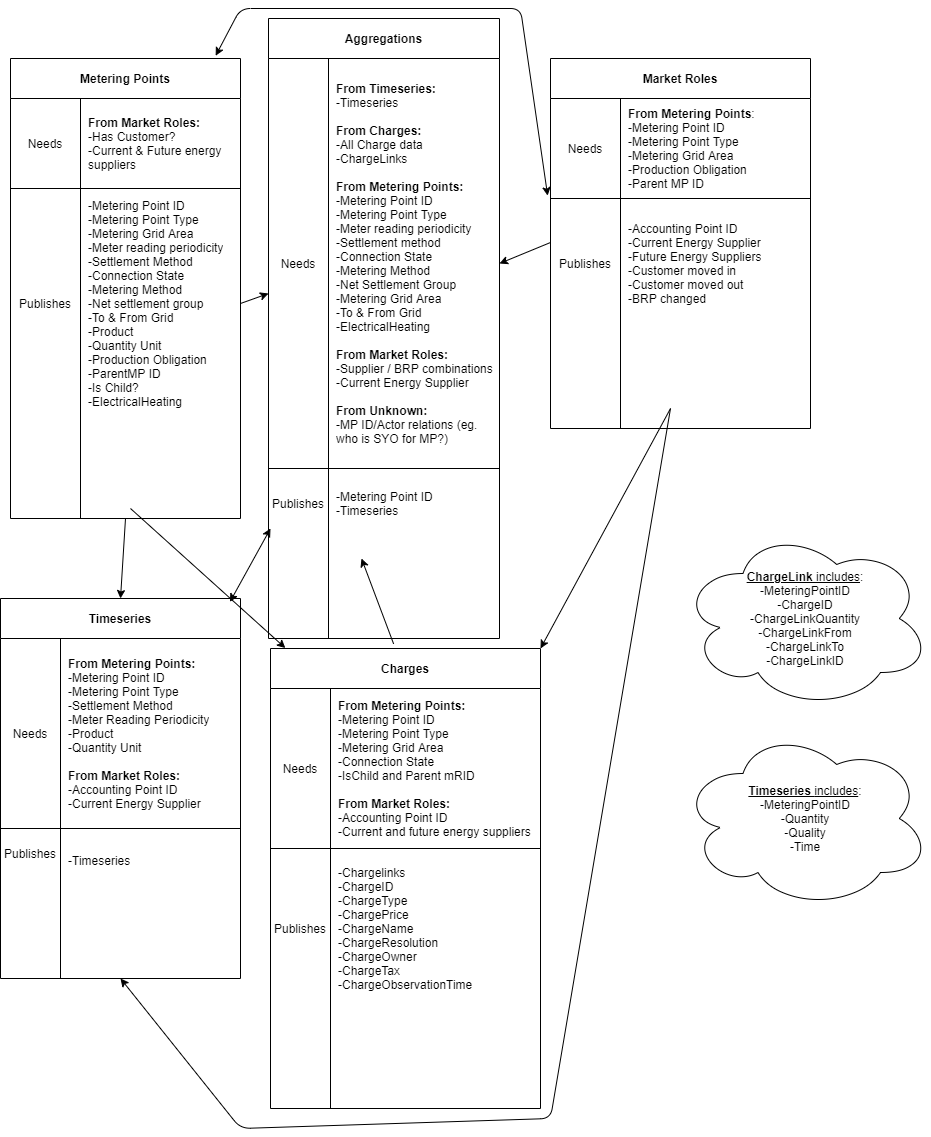
This is images/DataflowsDH3.png from Energinet-DataHub/green-energy-hub, a draw.io export, as it was before one commit. Source tidied: cells renumbered, new cells last; positions are measured from the earlier drawing's top-left corner, leaving out a move shared by most shapes. Source of this version:
```xml
<mxGraphModel>
  <root>
    <mxCell id="0" />
    <mxCell id="1" parent="0" />
    <mxCell id="2" value="Metering Points" style="shape=table;html=1;whiteSpace=wrap;startSize=40;rowLines=0;fontStyle=1;align=center;" parent="1" vertex="1">
      <mxGeometry x="10" y="50" width="230" height="460" as="geometry" />
    </mxCell>
    <mxCell id="3" style="shape=partialRectangle;html=1;whiteSpace=wrap;fillColor=none;top=0;left=0;bottom=1;right=0;" parent="2" vertex="1">
      <mxGeometry y="40" width="230" height="90" as="geometry" />
    </mxCell>
    <mxCell id="4" value="Needs" style="shape=partialRectangle;html=1;whiteSpace=wrap;fillColor=none;top=0;left=0;bottom=0;right=0;overflow=hidden;" parent="3" vertex="1">
      <mxGeometry width="70" height="90" as="geometry" />
    </mxCell>
    <mxCell id="5" value="&lt;b&gt;From Market Roles:&lt;/b&gt;&lt;br&gt;-Has Customer?&lt;br&gt;-Current &amp;amp; Future energy suppliers" style="shape=partialRectangle;html=1;whiteSpace=wrap;fillColor=none;top=0;left=0;bottom=0;right=0;align=left;spacingLeft=6;overflow=hidden;" parent="3" vertex="1">
      <mxGeometry x="70" width="160" height="90" as="geometry" />
    </mxCell>
    <mxCell id="6" style="shape=partialRectangle;html=1;whiteSpace=wrap;fillColor=none;top=0;left=0;bottom=0;right=0;points=[[0,0.5],[1,0.5]];portConstraint=eastwest;" parent="2" vertex="1">
      <mxGeometry y="130" width="230" height="230" as="geometry" />
    </mxCell>
    <mxCell id="7" value="Publishes" style="shape=partialRectangle;html=1;whiteSpace=wrap;fillColor=none;top=0;left=0;bottom=0;right=0;overflow=hidden;" parent="6" vertex="1">
      <mxGeometry width="70" height="230" as="geometry" />
    </mxCell>
    <mxCell id="8" value="-Metering Point ID&lt;br&gt;-Metering Point Type&lt;br&gt;-Metering Grid Area&lt;br&gt;-Meter reading periodicity&lt;br&gt;-Settlement Method&lt;br&gt;-Connection State&lt;br&gt;-Metering Method&lt;br&gt;-Net settlement group&lt;br&gt;-To &amp;amp; From Grid&lt;br&gt;-Product&lt;br&gt;-Quantity Unit&lt;br&gt;-Production Obligation&lt;br&gt;-ParentMP ID&lt;br&gt;-Is Child?&lt;br&gt;-ElectricalHeating" style="shape=partialRectangle;html=1;whiteSpace=wrap;fillColor=none;top=0;left=0;bottom=0;right=0;align=left;spacingLeft=6;overflow=hidden;" parent="6" vertex="1">
      <mxGeometry x="70" width="160" height="230" as="geometry" />
    </mxCell>
    <mxCell id="9" value="Aggregations" style="shape=table;html=1;whiteSpace=wrap;startSize=40;rowLines=0;fontStyle=1;align=center;" parent="1" vertex="1">
      <mxGeometry x="268" y="10" width="231" height="620" as="geometry" />
    </mxCell>
    <mxCell id="10" style="shape=partialRectangle;html=1;whiteSpace=wrap;fillColor=none;top=0;left=0;bottom=1;right=0;points=[[0,0.5],[1,0.5]];portConstraint=eastwest;" parent="9" vertex="1">
      <mxGeometry y="40" width="231" height="410" as="geometry" />
    </mxCell>
    <mxCell id="11" value="Needs" style="shape=partialRectangle;html=1;whiteSpace=wrap;fillColor=none;top=0;left=0;bottom=0;right=0;overflow=hidden;" parent="10" vertex="1">
      <mxGeometry width="60" height="410" as="geometry" />
    </mxCell>
    <mxCell id="12" value="&lt;b&gt;From Timeseries:&lt;/b&gt;&lt;br&gt;-Timeseries&lt;br&gt;&lt;br&gt;&lt;b&gt;From Charges:&lt;/b&gt;&lt;br&gt;-All Charge data&lt;br&gt;-ChargeLinks&lt;br&gt;&lt;br&gt;&lt;b&gt;From Metering Points:&lt;/b&gt;&lt;br&gt;-Metering Point ID&lt;br&gt;-Metering Point Type&lt;br&gt;-Meter reading periodicity&lt;br&gt;-Settlement method&lt;br&gt;-Connection State&lt;br&gt;-Metering Method&lt;br&gt;-Net Settlement Group&lt;br&gt;-Metering Grid Area&lt;br&gt;-To &amp;amp; From Grid&lt;br&gt;-ElectricalHeating&lt;br&gt;&lt;br&gt;&lt;b&gt;From Market Roles:&lt;/b&gt;&lt;br&gt;-Supplier / BRP combinations&lt;br&gt;-Current Energy Supplier&lt;br&gt;&lt;br&gt;&lt;b&gt;From Unknown:&lt;br&gt;&lt;/b&gt;-MP ID/Actor relations (eg. who is SYO for MP?)" style="shape=partialRectangle;html=1;whiteSpace=wrap;fillColor=none;top=0;left=0;bottom=0;right=0;align=left;spacingLeft=6;overflow=hidden;" parent="10" vertex="1">
      <mxGeometry x="60" width="171" height="410" as="geometry" />
    </mxCell>
    <mxCell id="13" style="shape=partialRectangle;html=1;whiteSpace=wrap;fillColor=none;top=0;left=0;bottom=0;right=0;" parent="9" vertex="1">
      <mxGeometry y="450" width="231" height="70" as="geometry" />
    </mxCell>
    <mxCell id="14" value="Publishes" style="shape=partialRectangle;html=1;whiteSpace=wrap;fillColor=none;top=0;left=0;bottom=0;right=0;overflow=hidden;" parent="13" vertex="1">
      <mxGeometry width="60" height="70" as="geometry" />
    </mxCell>
    <mxCell id="15" value="-Metering Point ID&lt;br&gt;-Timeseries" style="shape=partialRectangle;html=1;whiteSpace=wrap;fillColor=none;top=0;left=0;bottom=0;right=0;align=left;spacingLeft=6;overflow=hidden;" parent="13" vertex="1">
      <mxGeometry x="60" width="171" height="70" as="geometry" />
    </mxCell>
    <mxCell id="16" value="Market Roles" style="shape=table;html=1;whiteSpace=wrap;startSize=40;rowLines=0;fontStyle=1;align=center;" parent="1" vertex="1">
      <mxGeometry x="550" y="50" width="260" height="370" as="geometry" />
    </mxCell>
    <mxCell id="17" style="shape=partialRectangle;html=1;whiteSpace=wrap;fillColor=none;top=0;left=0;bottom=1;right=0;" parent="16" vertex="1">
      <mxGeometry y="40" width="260" height="100" as="geometry" />
    </mxCell>
    <mxCell id="18" value="Needs" style="shape=partialRectangle;html=1;whiteSpace=wrap;fillColor=none;top=0;left=0;bottom=0;right=0;overflow=hidden;" parent="17" vertex="1">
      <mxGeometry width="70" height="100" as="geometry" />
    </mxCell>
    <mxCell id="19" value="&lt;b&gt;From Metering Points&lt;/b&gt;:&lt;br&gt;-Metering Point ID&lt;br&gt;-Metering Point Type&lt;br&gt;-Metering Grid Area&lt;br&gt;-Production Obligation&lt;br&gt;-Parent MP ID" style="shape=partialRectangle;html=1;whiteSpace=wrap;fillColor=none;top=0;left=0;bottom=0;right=0;align=left;spacingLeft=6;overflow=hidden;" parent="17" vertex="1">
      <mxGeometry x="70" width="190" height="100" as="geometry" />
    </mxCell>
    <mxCell id="20" style="shape=partialRectangle;html=1;whiteSpace=wrap;fillColor=none;top=0;left=0;bottom=0;right=0;points=[[0,0.5],[1,0.5]];portConstraint=eastwest;" parent="16" vertex="1">
      <mxGeometry y="140" width="260" height="130" as="geometry" />
    </mxCell>
    <mxCell id="21" value="Publishes" style="shape=partialRectangle;html=1;whiteSpace=wrap;fillColor=none;top=0;left=0;bottom=0;right=0;overflow=hidden;" parent="20" vertex="1">
      <mxGeometry width="70" height="130" as="geometry" />
    </mxCell>
    <mxCell id="22" value="-Accounting Point ID&lt;br&gt;-Current Energy Supplier&lt;br&gt;-Future Energy Suppliers&lt;br&gt;-Customer moved in&lt;br&gt;-Customer moved out&lt;br&gt;-BRP changed" style="shape=partialRectangle;html=1;whiteSpace=wrap;fillColor=none;top=0;left=0;bottom=0;right=0;align=left;spacingLeft=6;overflow=hidden;" parent="20" vertex="1">
      <mxGeometry x="70" width="190" height="130" as="geometry" />
    </mxCell>
    <mxCell id="23" value="Timeseries" style="shape=table;html=1;whiteSpace=wrap;startSize=40;rowLines=0;fontStyle=1;align=center;" parent="1" vertex="1">
      <mxGeometry y="590" width="240" height="380" as="geometry" />
    </mxCell>
    <mxCell id="24" style="shape=partialRectangle;html=1;whiteSpace=wrap;fillColor=none;top=0;left=0;bottom=1;right=0;" parent="23" vertex="1">
      <mxGeometry y="40" width="240" height="190" as="geometry" />
    </mxCell>
    <mxCell id="25" value="Needs" style="shape=partialRectangle;html=1;whiteSpace=wrap;fillColor=none;top=0;left=0;bottom=0;right=0;overflow=hidden;" parent="24" vertex="1">
      <mxGeometry width="60" height="190" as="geometry" />
    </mxCell>
    <mxCell id="26" value="&lt;b&gt;From Metering Points:&lt;/b&gt;&lt;br&gt;-Metering Point ID&lt;br&gt;-Metering Point Type&lt;br&gt;-Settlement Method&lt;br&gt;-Meter Reading Periodicity&lt;br&gt;-Product&lt;br&gt;-Quantity Unit&lt;br&gt;&lt;br&gt;&lt;b&gt;From Market Roles:&lt;br&gt;&lt;/b&gt;-Accounting Point ID&lt;br&gt;-Current Energy Supplier" style="shape=partialRectangle;html=1;whiteSpace=wrap;fillColor=none;top=0;left=0;bottom=0;right=0;align=left;spacingLeft=6;overflow=hidden;" parent="24" vertex="1">
      <mxGeometry x="60" width="180" height="190" as="geometry" />
    </mxCell>
    <mxCell id="27" style="shape=partialRectangle;html=1;whiteSpace=wrap;fillColor=none;top=0;left=0;bottom=0;right=0;" parent="23" vertex="1">
      <mxGeometry y="230" width="240" height="50" as="geometry" />
    </mxCell>
    <mxCell id="28" value="Publishes" style="shape=partialRectangle;html=1;whiteSpace=wrap;fillColor=none;top=0;left=0;bottom=0;right=0;overflow=hidden;" parent="27" vertex="1">
      <mxGeometry width="60" height="50" as="geometry" />
    </mxCell>
    <mxCell id="29" value="&lt;br&gt;-Timeseries" style="shape=partialRectangle;html=1;whiteSpace=wrap;fillColor=none;top=0;left=0;bottom=0;right=0;align=left;spacingLeft=6;overflow=hidden;" parent="27" vertex="1">
      <mxGeometry x="60" width="180" height="50" as="geometry" />
    </mxCell>
    <mxCell id="30" value="Charges" style="shape=table;html=1;whiteSpace=wrap;startSize=40;rowLines=0;fontStyle=1;align=center;" parent="1" vertex="1">
      <mxGeometry x="270" y="640" width="270" height="460" as="geometry" />
    </mxCell>
    <mxCell id="31" style="shape=partialRectangle;html=1;whiteSpace=wrap;fillColor=none;top=0;left=0;bottom=1;right=0;" parent="30" vertex="1">
      <mxGeometry y="40" width="270" height="160" as="geometry" />
    </mxCell>
    <mxCell id="32" value="Needs" style="shape=partialRectangle;html=1;whiteSpace=wrap;fillColor=none;top=0;left=0;bottom=0;right=0;overflow=hidden;" parent="31" vertex="1">
      <mxGeometry width="60" height="160" as="geometry" />
    </mxCell>
    <mxCell id="33" value="&lt;b&gt;From Metering Points:&lt;/b&gt;&lt;br&gt;-Metering Point ID&lt;br&gt;-Metering Point Type&lt;br&gt;-Metering Grid Area&lt;br&gt;-Connection State&lt;br&gt;-IsChild and Parent mRID&lt;br&gt;&lt;b&gt;&lt;br&gt;From Market Roles:&lt;/b&gt;&lt;br&gt;-Accounting Point ID&lt;br&gt;-Current and future energy suppliers" style="shape=partialRectangle;html=1;whiteSpace=wrap;fillColor=none;top=0;left=0;bottom=0;right=0;align=left;spacingLeft=6;overflow=hidden;" parent="31" vertex="1">
      <mxGeometry x="60" width="210" height="160" as="geometry" />
    </mxCell>
    <mxCell id="34" style="shape=partialRectangle;html=1;whiteSpace=wrap;fillColor=none;top=0;left=0;bottom=0;right=0;" parent="30" vertex="1">
      <mxGeometry y="200" width="270" height="160" as="geometry" />
    </mxCell>
    <mxCell id="35" value="Publishes" style="shape=partialRectangle;html=1;whiteSpace=wrap;fillColor=none;top=0;left=0;bottom=0;right=0;overflow=hidden;" parent="34" vertex="1">
      <mxGeometry width="60" height="160" as="geometry" />
    </mxCell>
    <mxCell id="36" value="-Chargelinks&lt;br&gt;-ChargeID&lt;br&gt;-ChargeType&lt;br&gt;-ChargePrice&lt;br&gt;-ChargeName&lt;br&gt;-ChargeResolution&lt;br&gt;-ChargeOwner&lt;br&gt;-ChargeTax&lt;br&gt;-ChargeObservationTime" style="shape=partialRectangle;html=1;whiteSpace=wrap;fillColor=none;top=0;left=0;bottom=0;right=0;align=left;spacingLeft=6;overflow=hidden;" parent="34" vertex="1">
      <mxGeometry x="60" width="210" height="160" as="geometry" />
    </mxCell>
    <mxCell id="37" style="endArrow=classic;html=1;exitX=1;exitY=0.5;exitDx=0;exitDy=0;" parent="1" edge="1" source="6">
      <mxGeometry relative="1" as="geometry">
        <mxPoint x="268" y="285" as="targetPoint" />
      </mxGeometry>
    </mxCell>
    <mxCell id="38" style="endArrow=classic;startArrow=classic;html=1;exitX=0.956;exitY=0.009;exitDx=0;exitDy=0;exitPerimeter=0;" parent="1" edge="1" source="23">
      <mxGeometry relative="1" as="geometry">
        <mxPoint x="270" y="520" as="targetPoint" />
      </mxGeometry>
    </mxCell>
    <mxCell id="39" style="endArrow=classic;html=1;exitX=0.456;exitY=-0.01;exitDx=0;exitDy=0;exitPerimeter=0;" parent="1" edge="1" source="30">
      <mxGeometry relative="1" as="geometry">
        <mxPoint x="361" y="550" as="targetPoint" />
      </mxGeometry>
    </mxCell>
    <mxCell id="40" style="endArrow=classic;html=1;entryX=1;entryY=0.5;entryDx=0;entryDy=0;" parent="1" edge="1" target="10">
      <mxGeometry relative="1" as="geometry">
        <mxPoint x="550" y="234" as="sourcePoint" />
      </mxGeometry>
    </mxCell>
    <mxCell id="41" style="endArrow=classic;startArrow=classic;html=1;exitX=0.892;exitY=-0.006;exitDx=0;exitDy=0;exitPerimeter=0;entryX=-0.011;entryY=-0.022;entryDx=0;entryDy=0;entryPerimeter=0;" parent="1" edge="1" source="2" target="20">
      <mxGeometry relative="1" as="geometry">
        <Array as="points">
          <mxPoint x="240" />
          <mxPoint x="520" />
        </Array>
      </mxGeometry>
    </mxCell>
    <mxCell id="42" style="endArrow=classic;html=1;exitX=0.5;exitY=1;exitDx=0;exitDy=0;entryX=0.5;entryY=0;entryDx=0;entryDy=0;" parent="1" edge="1" source="2" target="23">
      <mxGeometry relative="1" as="geometry" />
    </mxCell>
    <mxCell id="43" style="endArrow=classic;html=1;entryX=0.055;entryY=-0.001;entryDx=0;entryDy=0;entryPerimeter=0;" parent="1" edge="1" target="30">
      <mxGeometry relative="1" as="geometry">
        <mxPoint x="130" y="500" as="sourcePoint" />
      </mxGeometry>
    </mxCell>
    <mxCell id="44" style="endArrow=classic;html=1;entryX=1;entryY=0;entryDx=0;entryDy=0;" parent="1" edge="1" target="30">
      <mxGeometry relative="1" as="geometry">
        <mxPoint x="670" y="400" as="sourcePoint" />
      </mxGeometry>
    </mxCell>
    <mxCell id="45" style="endArrow=classic;html=1;entryX=0.5;entryY=1;entryDx=0;entryDy=0;" parent="1" edge="1" target="23">
      <mxGeometry relative="1" as="geometry">
        <mxPoint x="670" y="400" as="sourcePoint" />
        <Array as="points">
          <mxPoint x="550" y="1110" />
          <mxPoint x="240" y="1120" />
        </Array>
      </mxGeometry>
    </mxCell>
    <mxCell id="46" value="&lt;u&gt;&lt;b&gt;ChargeLink &lt;/b&gt;includes&lt;/u&gt;:&lt;br&gt;-MeteringPointID&lt;br&gt;-ChargeID&lt;br&gt;-ChargeLinkQuantity&lt;br&gt;-ChargeLinkFrom&lt;br&gt;-ChargeLinkTo&lt;br&gt;-ChargeLinkID" style="ellipse;shape=cloud;whiteSpace=wrap;html=1;" parent="1" vertex="1">
      <mxGeometry x="680" y="520" width="250" height="180" as="geometry" />
    </mxCell>
    <mxCell id="47" value="&lt;u&gt;&lt;b&gt;Timeseries &lt;/b&gt;includes&lt;/u&gt;:&lt;br&gt;-MeteringPointID&lt;br&gt;-Quantity&lt;br&gt;-Quality&lt;br&gt;-Time" style="ellipse;shape=cloud;whiteSpace=wrap;html=1;" parent="1" vertex="1">
      <mxGeometry x="680" y="720" width="250" height="180" as="geometry" />
    </mxCell>
  </root>
</mxGraphModel>
```
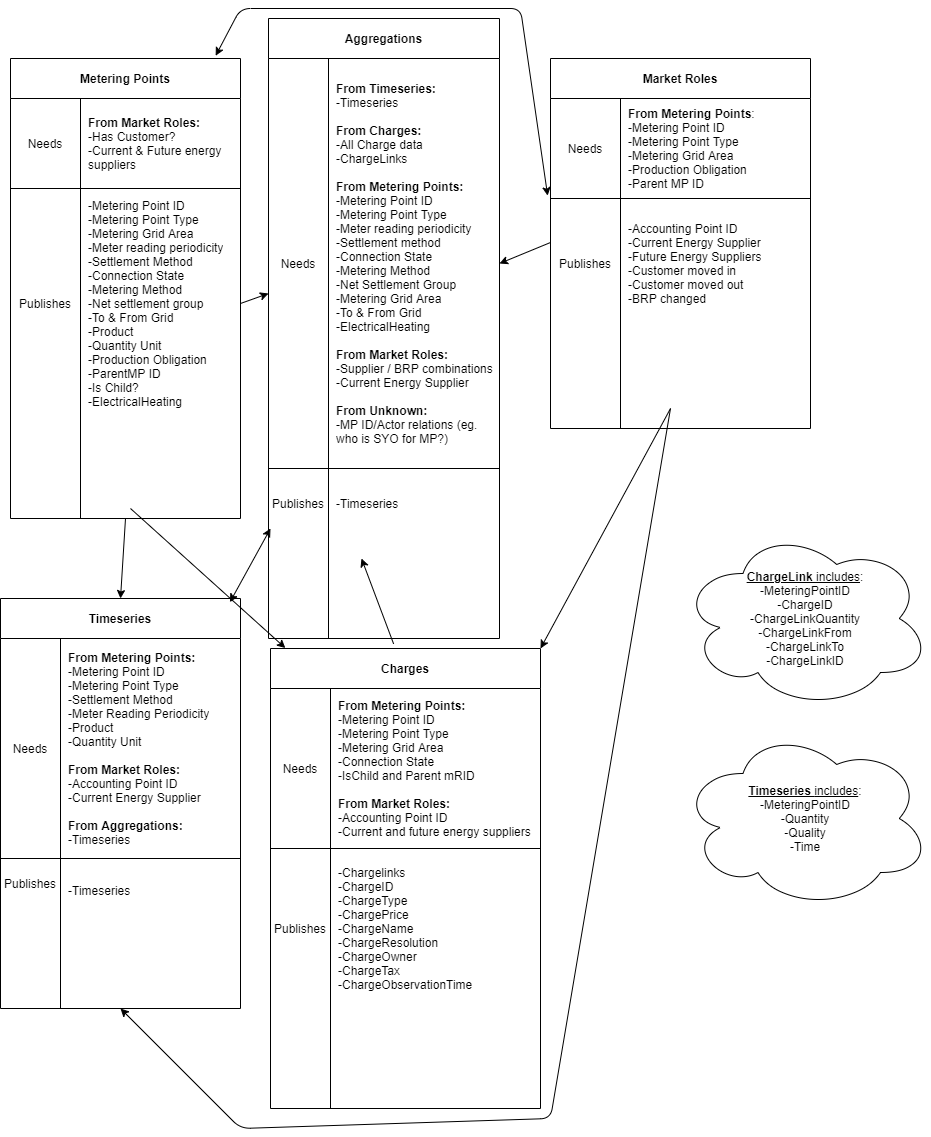
After the change.

The edit, as a diff of the source:
```diff
@@ -41,7 +41,7 @@
     <mxCell id="14" value="Publishes" style="shape=partialRectangle;html=1;whiteSpace=wrap;fillColor=none;top=0;left=0;bottom=0;right=0;overflow=hidden;" parent="13" vertex="1">
       <mxGeometry width="60" height="70" as="geometry" />
     </mxCell>
-    <mxCell id="15" value="-Metering Point ID&lt;br&gt;-Timeseries" style="shape=partialRectangle;html=1;whiteSpace=wrap;fillColor=none;top=0;left=0;bottom=0;right=0;align=left;spacingLeft=6;overflow=hidden;" parent="13" vertex="1">
+    <mxCell id="15" value="-Timeseries" style="shape=partialRectangle;html=1;whiteSpace=wrap;fillColor=none;top=0;left=0;bottom=0;right=0;align=left;spacingLeft=6;overflow=hidden;" parent="13" vertex="1">
       <mxGeometry x="60" width="171" height="70" as="geometry" />
     </mxCell>
     <mxCell id="16" value="Market Roles" style="shape=table;html=1;whiteSpace=wrap;startSize=40;rowLines=0;fontStyle=1;align=center;" parent="1" vertex="1">
@@ -66,19 +66,19 @@
       <mxGeometry x="70" width="190" height="130" as="geometry" />
     </mxCell>
     <mxCell id="23" value="Timeseries" style="shape=table;html=1;whiteSpace=wrap;startSize=40;rowLines=0;fontStyle=1;align=center;" parent="1" vertex="1">
-      <mxGeometry y="590" width="240" height="380" as="geometry" />
+      <mxGeometry y="590" width="240" height="410" as="geometry" />
     </mxCell>
     <mxCell id="24" style="shape=partialRectangle;html=1;whiteSpace=wrap;fillColor=none;top=0;left=0;bottom=1;right=0;" parent="23" vertex="1">
-      <mxGeometry y="40" width="240" height="190" as="geometry" />
+      <mxGeometry y="40" width="240" height="220" as="geometry" />
     </mxCell>
     <mxCell id="25" value="Needs" style="shape=partialRectangle;html=1;whiteSpace=wrap;fillColor=none;top=0;left=0;bottom=0;right=0;overflow=hidden;" parent="24" vertex="1">
-      <mxGeometry width="60" height="190" as="geometry" />
+      <mxGeometry width="60" height="220" as="geometry" />
     </mxCell>
-    <mxCell id="26" value="&lt;b&gt;From Metering Points:&lt;/b&gt;&lt;br&gt;-Metering Point ID&lt;br&gt;-Metering Point Type&lt;br&gt;-Settlement Method&lt;br&gt;-Meter Reading Periodicity&lt;br&gt;-Product&lt;br&gt;-Quantity Unit&lt;br&gt;&lt;br&gt;&lt;b&gt;From Market Roles:&lt;br&gt;&lt;/b&gt;-Accounting Point ID&lt;br&gt;-Current Energy Supplier" style="shape=partialRectangle;html=1;whiteSpace=wrap;fillColor=none;top=0;left=0;bottom=0;right=0;align=left;spacingLeft=6;overflow=hidden;" parent="24" vertex="1">
-      <mxGeometry x="60" width="180" height="190" as="geometry" />
+    <mxCell id="26" value="&lt;b&gt;From Metering Points:&lt;/b&gt;&lt;br&gt;-Metering Point ID&lt;br&gt;-Metering Point Type&lt;br&gt;-Settlement Method&lt;br&gt;-Meter Reading Periodicity&lt;br&gt;-Product&lt;br&gt;-Quantity Unit&lt;br&gt;&lt;br&gt;&lt;b&gt;From Market Roles:&lt;br&gt;&lt;/b&gt;-Accounting Point ID&lt;br&gt;-Current Energy Supplier&lt;br&gt;&lt;br&gt;&lt;b&gt;From Aggregations:&lt;br&gt;&lt;/b&gt;-Timeseries" style="shape=partialRectangle;html=1;whiteSpace=wrap;fillColor=none;top=0;left=0;bottom=0;right=0;align=left;spacingLeft=6;overflow=hidden;" parent="24" vertex="1">
+      <mxGeometry x="60" width="180" height="220" as="geometry" />
     </mxCell>
     <mxCell id="27" style="shape=partialRectangle;html=1;whiteSpace=wrap;fillColor=none;top=0;left=0;bottom=0;right=0;" parent="23" vertex="1">
-      <mxGeometry y="230" width="240" height="50" as="geometry" />
+      <mxGeometry y="260" width="240" height="50" as="geometry" />
     </mxCell>
     <mxCell id="28" value="Publishes" style="shape=partialRectangle;html=1;whiteSpace=wrap;fillColor=none;top=0;left=0;bottom=0;right=0;overflow=hidden;" parent="27" vertex="1">
       <mxGeometry width="60" height="50" as="geometry" />
```
